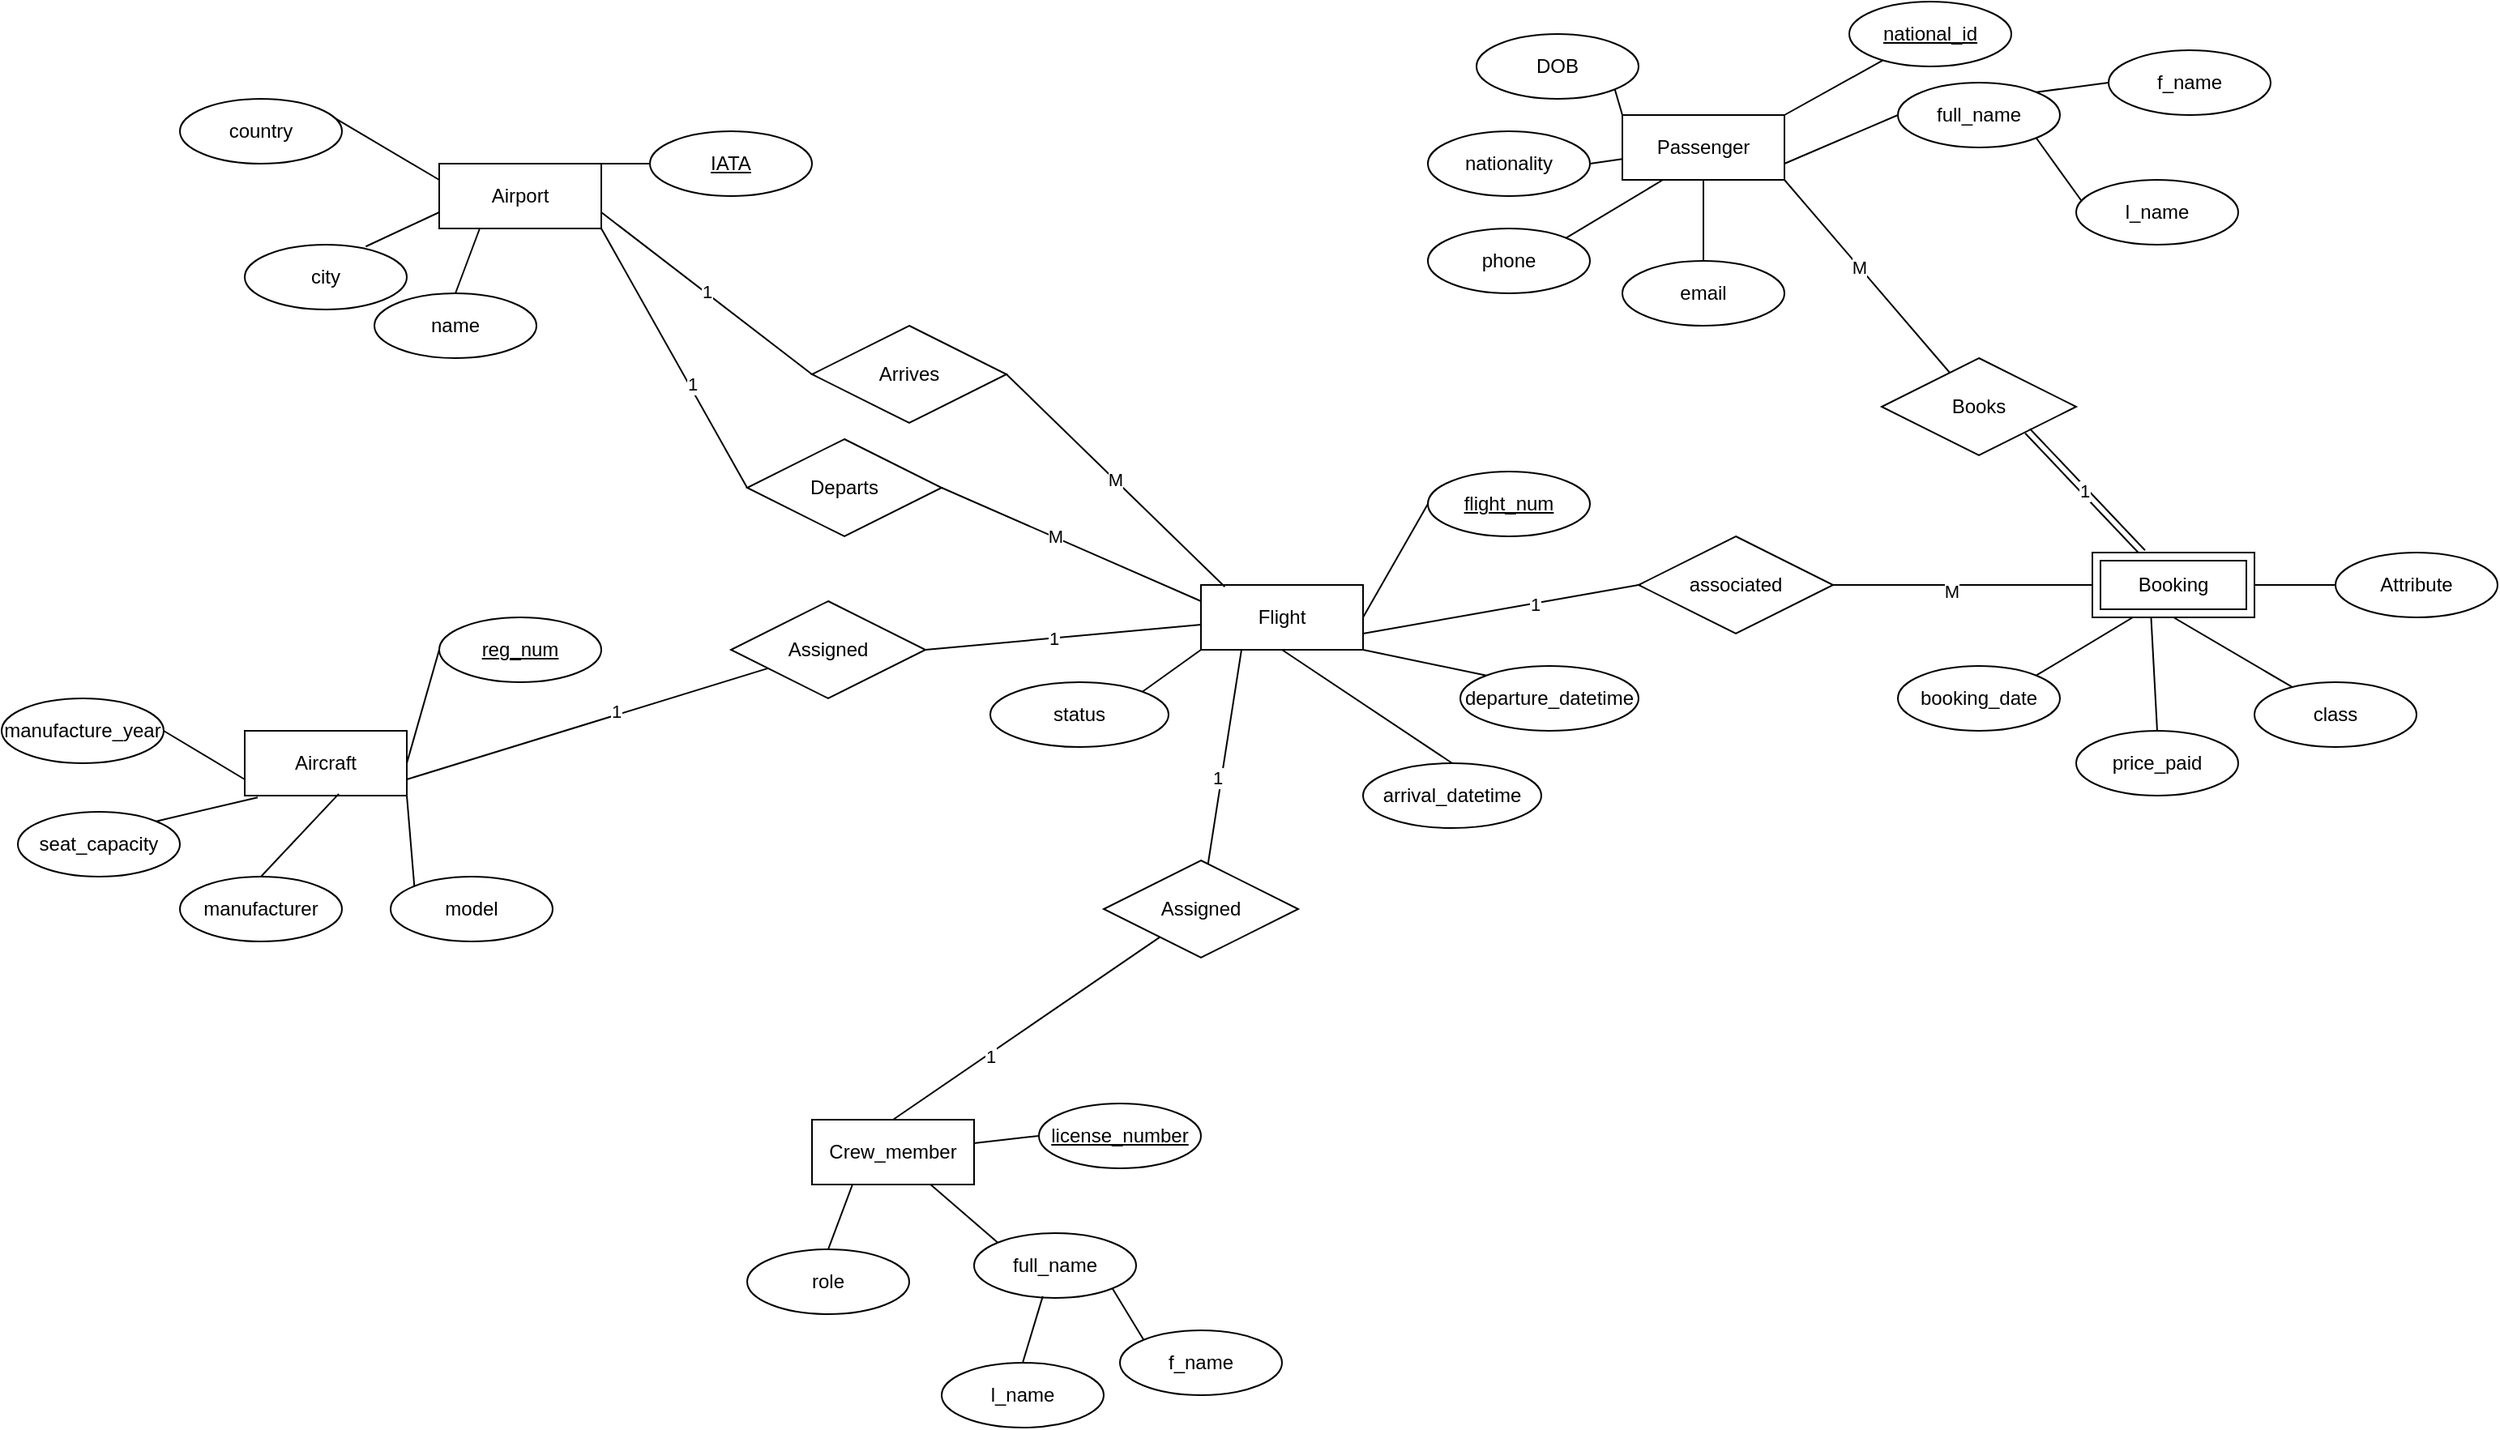
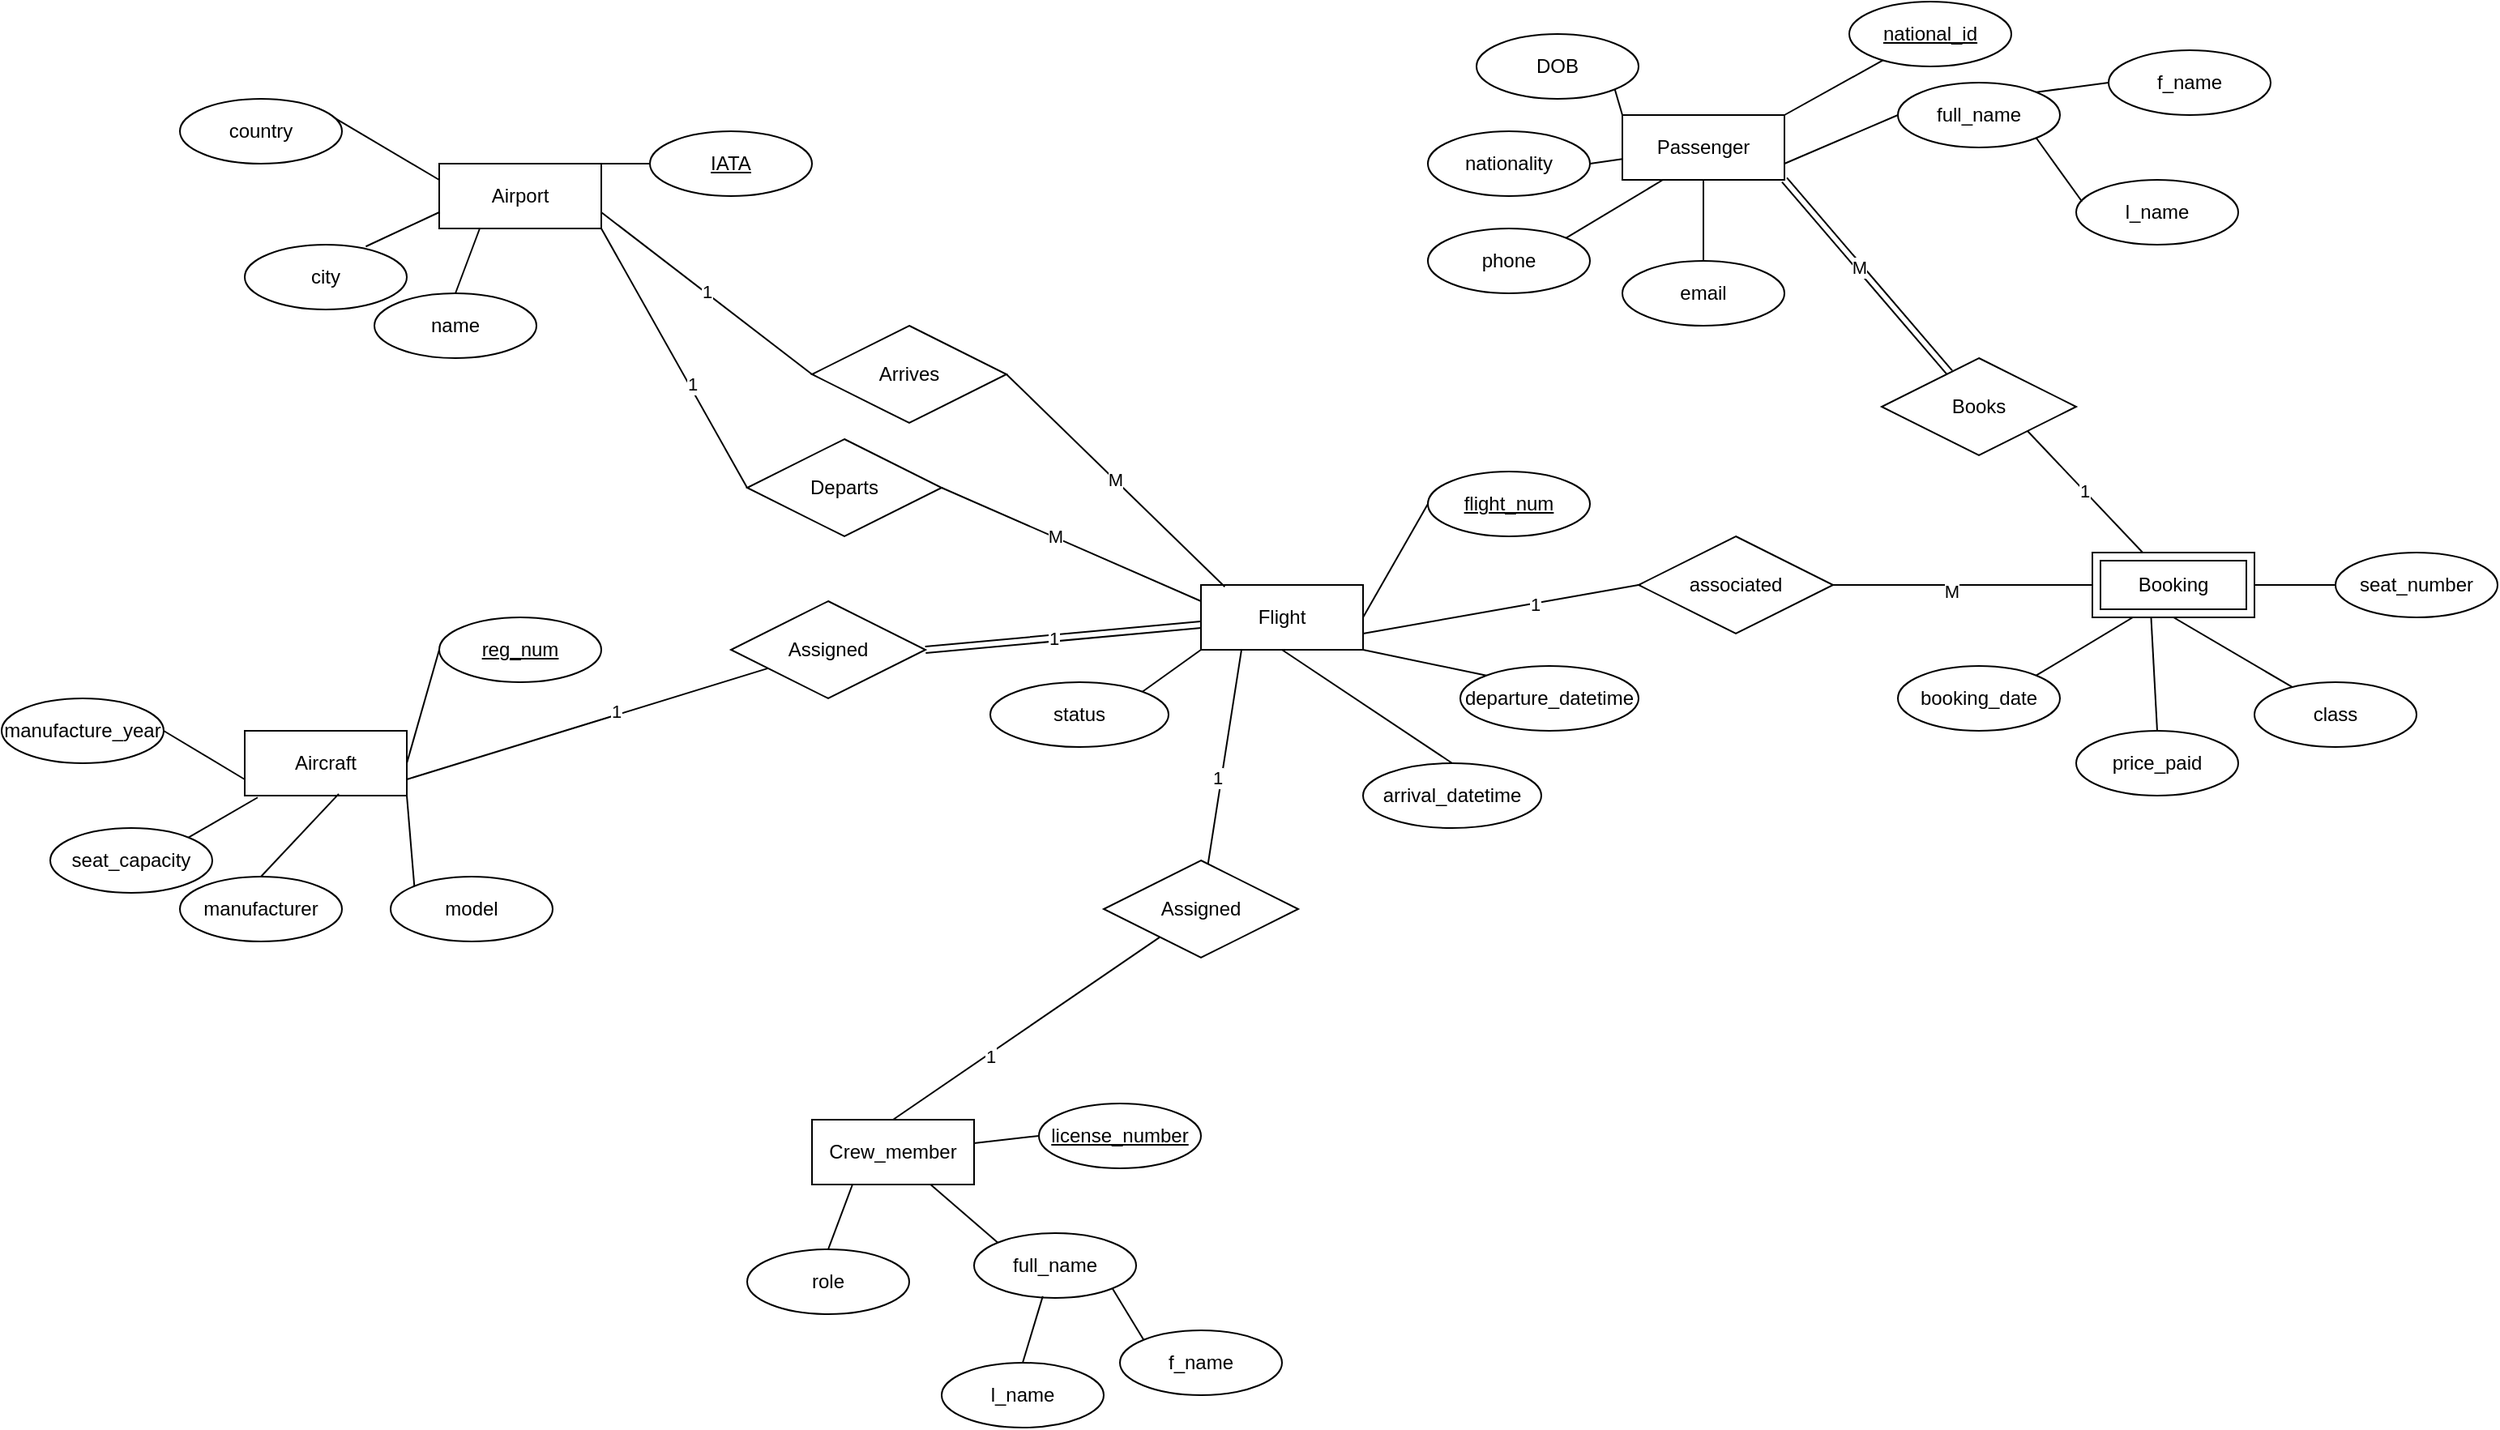
<mxfile host="app.diagrams.net">
  <diagram name="Page-1" id="9Ez2V5EcepmFkt350dfW">
    <mxGraphModel dx="1590" dy="1045" grid="1" gridSize="10" guides="1" tooltips="1" connect="1" arrows="1" fold="1" page="1" pageScale="1" pageWidth="850" pageHeight="1100" math="0" shadow="0">
      <root>
        <mxCell id="0" />
        <mxCell id="1" parent="0" />
        <mxCell id="-5EN979a6P4eX3SqTBvW-93" edge="1" parent="1" source="-5EN979a6P4eX3SqTBvW-1" style="edgeStyle=none;rounded=0;orthogonalLoop=1;jettySize=auto;html=1;exitX=0.25;exitY=1;exitDx=0;exitDy=0;endArrow=none;endFill=0;" target="-5EN979a6P4eX3SqTBvW-92">
          <mxGeometry relative="1" as="geometry" />
        </mxCell>
        <mxCell id="-5EN979a6P4eX3SqTBvW-102" connectable="0" parent="-5EN979a6P4eX3SqTBvW-93" style="edgeLabel;html=1;align=center;verticalAlign=middle;resizable=0;points=[];" value="1" vertex="1">
          <mxGeometry relative="1" x="0.1972" y="-3" as="geometry">
            <mxPoint as="offset" />
          </mxGeometry>
        </mxCell>
        <mxCell id="-5EN979a6P4eX3SqTBvW-96" edge="1" parent="1" source="-5EN979a6P4eX3SqTBvW-1" style="edgeStyle=none;rounded=0;orthogonalLoop=1;jettySize=auto;html=1;exitX=1;exitY=0.75;exitDx=0;exitDy=0;entryX=0;entryY=0.5;entryDx=0;entryDy=0;endArrow=none;endFill=0;" target="-5EN979a6P4eX3SqTBvW-95">
          <mxGeometry relative="1" as="geometry" />
        </mxCell>
        <mxCell id="-5EN979a6P4eX3SqTBvW-104" connectable="0" parent="-5EN979a6P4eX3SqTBvW-96" style="edgeLabel;html=1;align=center;verticalAlign=middle;resizable=0;points=[];" value="1" vertex="1">
          <mxGeometry relative="1" x="0.2456" as="geometry">
            <mxPoint as="offset" />
          </mxGeometry>
        </mxCell>
        <mxCell id="-5EN979a6P4eX3SqTBvW-1" parent="1" style="whiteSpace=wrap;html=1;align=center;" value="Flight" vertex="1">
          <mxGeometry height="40" width="100" x="630" y="390" as="geometry" />
        </mxCell>
        <mxCell id="-5EN979a6P4eX3SqTBvW-80" edge="1" parent="1" source="-5EN979a6P4eX3SqTBvW-2" style="edgeStyle=none;rounded=0;orthogonalLoop=1;jettySize=auto;html=1;exitX=1;exitY=1;exitDx=0;exitDy=0;entryX=0;entryY=0.5;entryDx=0;entryDy=0;endArrow=none;endFill=0;" target="-5EN979a6P4eX3SqTBvW-81">
          <mxGeometry relative="1" as="geometry">
            <mxPoint x="390" y="260" as="targetPoint" />
          </mxGeometry>
        </mxCell>
        <mxCell id="-5EN979a6P4eX3SqTBvW-91" connectable="0" parent="-5EN979a6P4eX3SqTBvW-80" style="edgeLabel;html=1;align=center;verticalAlign=middle;resizable=0;points=[];" value="1" vertex="1">
          <mxGeometry relative="1" x="0.208" y="2" as="geometry">
            <mxPoint as="offset" />
          </mxGeometry>
        </mxCell>
        <mxCell id="-5EN979a6P4eX3SqTBvW-2" parent="1" style="whiteSpace=wrap;html=1;align=center;" value="Airport" vertex="1">
          <mxGeometry height="40" width="100" x="160" y="130" as="geometry" />
        </mxCell>
        <mxCell id="-5EN979a6P4eX3SqTBvW-45" edge="1" parent="1" source="-5EN979a6P4eX3SqTBvW-4" style="edgeStyle=none;rounded=0;orthogonalLoop=1;jettySize=auto;html=1;exitX=1;exitY=0;exitDx=0;exitDy=0;endArrow=none;endFill=0;" target="-5EN979a6P4eX3SqTBvW-38">
          <mxGeometry relative="1" as="geometry" />
        </mxCell>
        <mxCell id="-5EN979a6P4eX3SqTBvW-46" edge="1" parent="1" source="-5EN979a6P4eX3SqTBvW-4" style="edgeStyle=none;rounded=0;orthogonalLoop=1;jettySize=auto;html=1;exitX=1;exitY=0.75;exitDx=0;exitDy=0;entryX=0;entryY=0.5;entryDx=0;entryDy=0;endArrow=none;endFill=0;" target="-5EN979a6P4eX3SqTBvW-40">
          <mxGeometry relative="1" as="geometry" />
        </mxCell>
-         <mxCell id="-5EN979a6P4eX3SqTBvW-99" edge="1" parent="1" source="-5EN979a6P4eX3SqTBvW-4" style="edgeStyle=none;rounded=0;orthogonalLoop=1;jettySize=auto;html=1;exitX=1;exitY=1;exitDx=0;exitDy=0;endArrow=none;endFill=0;" target="-5EN979a6P4eX3SqTBvW-98">
+         <mxCell id="-5EN979a6P4eX3SqTBvW-99" edge="1" parent="1" source="-5EN979a6P4eX3SqTBvW-4" style="edgeStyle=none;rounded=0;orthogonalLoop=1;jettySize=auto;html=1;exitX=1;exitY=1;exitDx=0;exitDy=0;endArrow=none;endFill=0;shape=link;" target="-5EN979a6P4eX3SqTBvW-98">
          <mxGeometry relative="1" as="geometry" />
        </mxCell>
        <mxCell id="-5EN979a6P4eX3SqTBvW-105" connectable="0" parent="-5EN979a6P4eX3SqTBvW-99" style="edgeLabel;html=1;align=center;verticalAlign=middle;resizable=0;points=[];" value="M" vertex="1">
          <mxGeometry relative="1" x="-0.1035" as="geometry">
            <mxPoint as="offset" />
          </mxGeometry>
        </mxCell>
        <mxCell id="-5EN979a6P4eX3SqTBvW-4" parent="1" style="whiteSpace=wrap;html=1;align=center;" value="Passenger" vertex="1">
          <mxGeometry height="40" width="100" x="890" y="100" as="geometry" />
        </mxCell>
        <mxCell id="-5EN979a6P4eX3SqTBvW-77" edge="1" parent="1" source="-5EN979a6P4eX3SqTBvW-5" style="edgeStyle=none;rounded=0;orthogonalLoop=1;jettySize=auto;html=1;exitX=1;exitY=0.75;exitDx=0;exitDy=0;endArrow=none;endFill=0;" target="-5EN979a6P4eX3SqTBvW-78">
          <mxGeometry relative="1" as="geometry">
            <mxPoint x="340" y="390" as="targetPoint" />
          </mxGeometry>
        </mxCell>
        <mxCell id="-5EN979a6P4eX3SqTBvW-84" connectable="0" parent="-5EN979a6P4eX3SqTBvW-77" style="edgeLabel;html=1;align=center;verticalAlign=middle;resizable=0;points=[];" value="1" vertex="1">
          <mxGeometry relative="1" x="0.1609" y="3" as="geometry">
            <mxPoint as="offset" />
          </mxGeometry>
        </mxCell>
        <mxCell id="-5EN979a6P4eX3SqTBvW-5" parent="1" style="whiteSpace=wrap;html=1;align=center;" value="Aircraft" vertex="1">
          <mxGeometry height="40" width="100" x="40" y="480" as="geometry" />
        </mxCell>
        <mxCell id="-5EN979a6P4eX3SqTBvW-6" parent="1" style="whiteSpace=wrap;html=1;align=center;" value="Crew_m&lt;span style=&quot;background-color: transparent; color: light-dark(rgb(0, 0, 0), rgb(255, 255, 255));&quot;&gt;ember&lt;/span&gt;" vertex="1">
          <mxGeometry height="40" width="100" x="390" y="720" as="geometry" />
        </mxCell>
        <mxCell id="-5EN979a6P4eX3SqTBvW-14" edge="1" parent="1" source="-5EN979a6P4eX3SqTBvW-7" style="rounded=0;orthogonalLoop=1;jettySize=auto;html=1;exitX=0;exitY=0.5;exitDx=0;exitDy=0;entryX=1;entryY=0;entryDx=0;entryDy=0;endArrow=none;endFill=0;" target="-5EN979a6P4eX3SqTBvW-2">
          <mxGeometry relative="1" as="geometry" />
        </mxCell>
        <mxCell id="-5EN979a6P4eX3SqTBvW-7" parent="1" style="ellipse;whiteSpace=wrap;html=1;align=center;fontStyle=4;" value="IATA" vertex="1">
          <mxGeometry height="40" width="100" x="290" y="110" as="geometry" />
        </mxCell>
        <mxCell id="-5EN979a6P4eX3SqTBvW-13" edge="1" parent="1" source="-5EN979a6P4eX3SqTBvW-8" style="rounded=0;orthogonalLoop=1;jettySize=auto;html=1;exitX=0.5;exitY=0;exitDx=0;exitDy=0;endArrow=none;endFill=0;entryX=0.25;entryY=1;entryDx=0;entryDy=0;" target="-5EN979a6P4eX3SqTBvW-2">
          <mxGeometry relative="1" as="geometry">
            <mxPoint x="190" y="180" as="targetPoint" />
          </mxGeometry>
        </mxCell>
        <mxCell id="-5EN979a6P4eX3SqTBvW-8" parent="1" style="ellipse;whiteSpace=wrap;html=1;align=center;" value="name" vertex="1">
          <mxGeometry height="40" width="100" x="120" y="210" as="geometry" />
        </mxCell>
        <mxCell id="-5EN979a6P4eX3SqTBvW-9" parent="1" style="ellipse;whiteSpace=wrap;html=1;align=center;" value="city" vertex="1">
          <mxGeometry height="40" width="100" x="40" y="180" as="geometry" />
        </mxCell>
        <mxCell id="-5EN979a6P4eX3SqTBvW-11" edge="1" parent="1" source="-5EN979a6P4eX3SqTBvW-10" style="rounded=0;orthogonalLoop=1;jettySize=auto;html=1;exitX=1;exitY=0;exitDx=0;exitDy=0;entryX=0;entryY=0.25;entryDx=0;entryDy=0;endArrow=none;endFill=0;" target="-5EN979a6P4eX3SqTBvW-2">
          <mxGeometry relative="1" as="geometry" />
        </mxCell>
        <mxCell id="-5EN979a6P4eX3SqTBvW-10" parent="1" style="ellipse;whiteSpace=wrap;html=1;align=center;" value="country" vertex="1">
          <mxGeometry height="40" width="100" y="90" as="geometry" />
        </mxCell>
        <mxCell id="-5EN979a6P4eX3SqTBvW-12" edge="1" parent="1" source="-5EN979a6P4eX3SqTBvW-9" style="rounded=0;orthogonalLoop=1;jettySize=auto;html=1;entryX=0;entryY=0.75;entryDx=0;entryDy=0;endArrow=none;endFill=0;exitX=0.747;exitY=0.028;exitDx=0;exitDy=0;exitPerimeter=0;" target="-5EN979a6P4eX3SqTBvW-2">
          <mxGeometry relative="1" as="geometry">
            <mxPoint x="120" y="186" as="sourcePoint" />
          </mxGeometry>
        </mxCell>
        <mxCell id="-5EN979a6P4eX3SqTBvW-26" edge="1" parent="1" source="-5EN979a6P4eX3SqTBvW-15" style="edgeStyle=none;rounded=0;orthogonalLoop=1;jettySize=auto;html=1;exitX=0;exitY=0.5;exitDx=0;exitDy=0;entryX=1;entryY=0.5;entryDx=0;entryDy=0;endArrow=none;endFill=0;" target="-5EN979a6P4eX3SqTBvW-5">
          <mxGeometry relative="1" as="geometry" />
        </mxCell>
        <mxCell id="-5EN979a6P4eX3SqTBvW-15" parent="1" style="ellipse;whiteSpace=wrap;html=1;align=center;fontStyle=4;" value="reg_num" vertex="1">
          <mxGeometry height="40" width="100" x="160" y="410" as="geometry" />
        </mxCell>
        <mxCell id="-5EN979a6P4eX3SqTBvW-25" edge="1" parent="1" source="-5EN979a6P4eX3SqTBvW-17" style="edgeStyle=none;rounded=0;orthogonalLoop=1;jettySize=auto;html=1;exitX=0;exitY=0;exitDx=0;exitDy=0;entryX=1;entryY=1;entryDx=0;entryDy=0;endArrow=none;endFill=0;" target="-5EN979a6P4eX3SqTBvW-5">
          <mxGeometry relative="1" as="geometry" />
        </mxCell>
        <mxCell id="-5EN979a6P4eX3SqTBvW-17" parent="1" style="ellipse;whiteSpace=wrap;html=1;align=center;" value="model" vertex="1">
          <mxGeometry height="40" width="100" x="130" y="570" as="geometry" />
        </mxCell>
        <mxCell id="-5EN979a6P4eX3SqTBvW-18" parent="1" style="ellipse;whiteSpace=wrap;html=1;align=center;" value="manufacturer" vertex="1">
          <mxGeometry height="40" width="100" y="570" as="geometry" />
        </mxCell>
        <mxCell id="-5EN979a6P4eX3SqTBvW-19" parent="1" style="ellipse;whiteSpace=wrap;html=1;align=center;" value="seat&lt;span style=&quot;background-color: transparent; color: light-dark(rgb(0, 0, 0), rgb(255, 255, 255));&quot;&gt;_capacity&lt;/span&gt;" vertex="1">
-           <mxGeometry height="40" width="100" x="-100" y="530" as="geometry" />
+           <mxGeometry height="40" width="100" x="-80" y="540" as="geometry" />
        </mxCell>
        <mxCell id="-5EN979a6P4eX3SqTBvW-22" edge="1" parent="1" source="-5EN979a6P4eX3SqTBvW-20" style="edgeStyle=none;rounded=0;orthogonalLoop=1;jettySize=auto;html=1;exitX=1;exitY=0.5;exitDx=0;exitDy=0;entryX=0;entryY=0.75;entryDx=0;entryDy=0;endArrow=none;endFill=0;" target="-5EN979a6P4eX3SqTBvW-5">
          <mxGeometry relative="1" as="geometry" />
        </mxCell>
        <mxCell id="-5EN979a6P4eX3SqTBvW-20" parent="1" style="ellipse;whiteSpace=wrap;html=1;align=center;" value="manufacture_year" vertex="1">
          <mxGeometry height="40" width="100" x="-110" y="460" as="geometry" />
        </mxCell>
        <mxCell id="-5EN979a6P4eX3SqTBvW-24" edge="1" parent="1" source="-5EN979a6P4eX3SqTBvW-18" style="edgeStyle=none;rounded=0;orthogonalLoop=1;jettySize=auto;html=1;exitX=0.5;exitY=0;exitDx=0;exitDy=0;entryX=0.58;entryY=0.973;entryDx=0;entryDy=0;entryPerimeter=0;endArrow=none;endFill=0;" target="-5EN979a6P4eX3SqTBvW-5">
          <mxGeometry relative="1" as="geometry" />
        </mxCell>
        <mxCell id="-5EN979a6P4eX3SqTBvW-36" edge="1" parent="1" source="-5EN979a6P4eX3SqTBvW-27" style="edgeStyle=none;rounded=0;orthogonalLoop=1;jettySize=auto;html=1;exitX=0;exitY=0.5;exitDx=0;exitDy=0;entryX=1;entryY=0.5;entryDx=0;entryDy=0;endArrow=none;endFill=0;" target="-5EN979a6P4eX3SqTBvW-1">
          <mxGeometry relative="1" as="geometry" />
        </mxCell>
        <mxCell id="-5EN979a6P4eX3SqTBvW-27" parent="1" style="ellipse;whiteSpace=wrap;html=1;align=center;fontStyle=4;" value="flight_num" vertex="1">
          <mxGeometry height="40" width="100" x="770" y="320" as="geometry" />
        </mxCell>
        <mxCell id="-5EN979a6P4eX3SqTBvW-35" edge="1" parent="1" source="-5EN979a6P4eX3SqTBvW-28" style="edgeStyle=none;rounded=0;orthogonalLoop=1;jettySize=auto;html=1;exitX=0;exitY=0;exitDx=0;exitDy=0;entryX=1;entryY=1;entryDx=0;entryDy=0;endArrow=none;endFill=0;" target="-5EN979a6P4eX3SqTBvW-1">
          <mxGeometry relative="1" as="geometry" />
        </mxCell>
        <mxCell id="-5EN979a6P4eX3SqTBvW-28" parent="1" style="ellipse;whiteSpace=wrap;html=1;align=center;" value="departure_datetime" vertex="1">
          <mxGeometry height="40" width="110" x="790" y="440" as="geometry" />
        </mxCell>
        <mxCell id="-5EN979a6P4eX3SqTBvW-29" parent="1" style="ellipse;whiteSpace=wrap;html=1;align=center;" value="arrival_datetime" vertex="1">
          <mxGeometry height="40" width="110" x="730" y="500" as="geometry" />
        </mxCell>
        <mxCell id="-5EN979a6P4eX3SqTBvW-32" edge="1" parent="1" source="-5EN979a6P4eX3SqTBvW-30" style="edgeStyle=none;rounded=0;orthogonalLoop=1;jettySize=auto;html=1;exitX=1;exitY=0;exitDx=0;exitDy=0;entryX=0;entryY=1;entryDx=0;entryDy=0;endArrow=none;endFill=0;" target="-5EN979a6P4eX3SqTBvW-1">
          <mxGeometry relative="1" as="geometry" />
        </mxCell>
        <mxCell id="-5EN979a6P4eX3SqTBvW-30" parent="1" style="ellipse;whiteSpace=wrap;html=1;align=center;" value="status" vertex="1">
          <mxGeometry height="40" width="110" x="500" y="450" as="geometry" />
        </mxCell>
        <mxCell id="-5EN979a6P4eX3SqTBvW-31" edge="1" parent="1" source="-5EN979a6P4eX3SqTBvW-30" style="edgeStyle=none;rounded=0;orthogonalLoop=1;jettySize=auto;html=1;exitX=1;exitY=1;exitDx=0;exitDy=0;" target="-5EN979a6P4eX3SqTBvW-30">
          <mxGeometry relative="1" as="geometry" />
        </mxCell>
        <mxCell id="-5EN979a6P4eX3SqTBvW-33" edge="1" parent="1" source="-5EN979a6P4eX3SqTBvW-19" style="edgeStyle=none;rounded=0;orthogonalLoop=1;jettySize=auto;html=1;exitX=1;exitY=0;exitDx=0;exitDy=0;entryX=0.08;entryY=1.028;entryDx=0;entryDy=0;entryPerimeter=0;endArrow=none;endFill=0;" target="-5EN979a6P4eX3SqTBvW-5">
          <mxGeometry relative="1" as="geometry" />
        </mxCell>
        <mxCell id="-5EN979a6P4eX3SqTBvW-34" edge="1" parent="1" source="-5EN979a6P4eX3SqTBvW-29" style="edgeStyle=none;rounded=0;orthogonalLoop=1;jettySize=auto;html=1;exitX=0.5;exitY=0;exitDx=0;exitDy=0;endArrow=none;endFill=0;entryX=0.5;entryY=1;entryDx=0;entryDy=0;" target="-5EN979a6P4eX3SqTBvW-1">
          <mxGeometry relative="1" as="geometry">
            <mxPoint x="670" y="450" as="targetPoint" />
          </mxGeometry>
        </mxCell>
        <mxCell id="-5EN979a6P4eX3SqTBvW-38" parent="1" style="ellipse;whiteSpace=wrap;html=1;align=center;fontStyle=4;" value="national_id" vertex="1">
          <mxGeometry height="40" width="100" x="1030" y="30" as="geometry" />
        </mxCell>
        <mxCell id="-5EN979a6P4eX3SqTBvW-71" edge="1" parent="1" source="-5EN979a6P4eX3SqTBvW-40" style="edgeStyle=none;rounded=0;orthogonalLoop=1;jettySize=auto;html=1;exitX=1;exitY=0;exitDx=0;exitDy=0;entryX=0;entryY=0.5;entryDx=0;entryDy=0;endArrow=none;endFill=0;" target="-5EN979a6P4eX3SqTBvW-70">
          <mxGeometry relative="1" as="geometry" />
        </mxCell>
        <mxCell id="-5EN979a6P4eX3SqTBvW-40" parent="1" style="ellipse;whiteSpace=wrap;html=1;align=center;" value="full_name" vertex="1">
          <mxGeometry height="40" width="100" x="1060" y="80" as="geometry" />
        </mxCell>
        <mxCell id="-5EN979a6P4eX3SqTBvW-41" parent="1" style="ellipse;whiteSpace=wrap;html=1;align=center;" value="email" vertex="1">
          <mxGeometry height="40" width="100" x="890" y="190" as="geometry" />
        </mxCell>
        <mxCell id="-5EN979a6P4eX3SqTBvW-49" edge="1" parent="1" source="-5EN979a6P4eX3SqTBvW-42" style="edgeStyle=none;rounded=0;orthogonalLoop=1;jettySize=auto;html=1;exitX=1;exitY=0.5;exitDx=0;exitDy=0;endArrow=none;endFill=0;" target="-5EN979a6P4eX3SqTBvW-4">
          <mxGeometry relative="1" as="geometry" />
        </mxCell>
        <mxCell id="-5EN979a6P4eX3SqTBvW-42" parent="1" style="ellipse;whiteSpace=wrap;html=1;align=center;" value="nationality" vertex="1">
          <mxGeometry height="40" width="100" x="770" y="110" as="geometry" />
        </mxCell>
        <mxCell id="-5EN979a6P4eX3SqTBvW-48" edge="1" parent="1" source="-5EN979a6P4eX3SqTBvW-43" style="edgeStyle=none;rounded=0;orthogonalLoop=1;jettySize=auto;html=1;exitX=1;exitY=0;exitDx=0;exitDy=0;entryX=0.25;entryY=1;entryDx=0;entryDy=0;endArrow=none;endFill=0;" target="-5EN979a6P4eX3SqTBvW-4">
          <mxGeometry relative="1" as="geometry" />
        </mxCell>
        <mxCell id="-5EN979a6P4eX3SqTBvW-43" parent="1" style="ellipse;whiteSpace=wrap;html=1;align=center;" value="phone" vertex="1">
          <mxGeometry height="40" width="100" x="770" y="170" as="geometry" />
        </mxCell>
        <mxCell id="-5EN979a6P4eX3SqTBvW-50" edge="1" parent="1" source="-5EN979a6P4eX3SqTBvW-44" style="edgeStyle=none;rounded=0;orthogonalLoop=1;jettySize=auto;html=1;exitX=1;exitY=1;exitDx=0;exitDy=0;entryX=0;entryY=0;entryDx=0;entryDy=0;endArrow=none;endFill=0;" target="-5EN979a6P4eX3SqTBvW-4">
          <mxGeometry relative="1" as="geometry" />
        </mxCell>
        <mxCell id="-5EN979a6P4eX3SqTBvW-44" parent="1" style="ellipse;whiteSpace=wrap;html=1;align=center;" value="DOB" vertex="1">
          <mxGeometry height="40" width="100" x="800" y="50" as="geometry" />
        </mxCell>
        <mxCell id="-5EN979a6P4eX3SqTBvW-47" edge="1" parent="1" source="-5EN979a6P4eX3SqTBvW-4" style="edgeStyle=none;rounded=0;orthogonalLoop=1;jettySize=auto;html=1;exitX=0.5;exitY=1;exitDx=0;exitDy=0;endArrow=none;endFill=0;entryX=0.5;entryY=0;entryDx=0;entryDy=0;" target="-5EN979a6P4eX3SqTBvW-41">
          <mxGeometry relative="1" as="geometry">
            <mxPoint x="960" y="180" as="targetPoint" />
          </mxGeometry>
        </mxCell>
        <mxCell id="-5EN979a6P4eX3SqTBvW-56" edge="1" parent="1" source="-5EN979a6P4eX3SqTBvW-112" style="edgeStyle=none;rounded=0;orthogonalLoop=1;jettySize=auto;html=1;endArrow=none;endFill=0;entryX=1;entryY=0.5;entryDx=0;entryDy=0;" target="-5EN979a6P4eX3SqTBvW-111">
          <mxGeometry relative="1" as="geometry">
            <mxPoint x="1320" y="390" as="sourcePoint" />
            <mxPoint x="1270" y="390" as="targetPoint" />
          </mxGeometry>
        </mxCell>
        <mxCell id="-5EN979a6P4eX3SqTBvW-57" edge="1" parent="1" source="-5EN979a6P4eX3SqTBvW-52" style="edgeStyle=none;rounded=0;orthogonalLoop=1;jettySize=auto;html=1;exitX=0.258;exitY=0.112;exitDx=0;exitDy=0;exitPerimeter=0;endArrow=none;endFill=0;entryX=0.5;entryY=1;entryDx=0;entryDy=0;" target="-5EN979a6P4eX3SqTBvW-111">
          <mxGeometry relative="1" as="geometry">
            <mxPoint x="1256" y="410" as="targetPoint" />
          </mxGeometry>
        </mxCell>
        <mxCell id="-5EN979a6P4eX3SqTBvW-52" parent="1" style="ellipse;whiteSpace=wrap;html=1;align=center;" value="class" vertex="1">
          <mxGeometry height="40" width="100" x="1280" y="450" as="geometry" />
        </mxCell>
        <mxCell id="-5EN979a6P4eX3SqTBvW-59" edge="1" parent="1" source="-5EN979a6P4eX3SqTBvW-53" style="edgeStyle=none;rounded=0;orthogonalLoop=1;jettySize=auto;html=1;exitX=0.5;exitY=0;exitDx=0;exitDy=0;endArrow=none;endFill=0;entryX=0.362;entryY=0.99;entryDx=0;entryDy=0;entryPerimeter=0;" target="-5EN979a6P4eX3SqTBvW-111">
          <mxGeometry relative="1" as="geometry">
            <mxPoint x="1220" y="410" as="targetPoint" />
          </mxGeometry>
        </mxCell>
        <mxCell id="-5EN979a6P4eX3SqTBvW-53" parent="1" style="ellipse;whiteSpace=wrap;html=1;align=center;" value="price_paid" vertex="1">
          <mxGeometry height="40" width="100" x="1170" y="480" as="geometry" />
        </mxCell>
        <mxCell id="-5EN979a6P4eX3SqTBvW-54" parent="1" style="ellipse;whiteSpace=wrap;html=1;align=center;" value="booking_date" vertex="1">
          <mxGeometry height="40" width="100" x="1060" y="440" as="geometry" />
        </mxCell>
        <mxCell id="-5EN979a6P4eX3SqTBvW-60" edge="1" parent="1" source="-5EN979a6P4eX3SqTBvW-54" style="edgeStyle=none;rounded=0;orthogonalLoop=1;jettySize=auto;html=1;exitX=1;exitY=0;exitDx=0;exitDy=0;entryX=0.25;entryY=1;entryDx=0;entryDy=0;endArrow=none;endFill=0;" target="-5EN979a6P4eX3SqTBvW-111">
          <mxGeometry relative="1" as="geometry">
            <mxPoint x="1170" y="410" as="targetPoint" />
          </mxGeometry>
        </mxCell>
        <mxCell id="-5EN979a6P4eX3SqTBvW-65" edge="1" parent="1" source="-5EN979a6P4eX3SqTBvW-61" style="edgeStyle=none;rounded=0;orthogonalLoop=1;jettySize=auto;html=1;exitX=0;exitY=0.5;exitDx=0;exitDy=0;endArrow=none;endFill=0;" target="-5EN979a6P4eX3SqTBvW-6">
          <mxGeometry relative="1" as="geometry" />
        </mxCell>
        <mxCell id="-5EN979a6P4eX3SqTBvW-61" parent="1" style="ellipse;whiteSpace=wrap;html=1;align=center;fontStyle=4;" value="license_number" vertex="1">
          <mxGeometry height="40" width="100" x="530" y="710" as="geometry" />
        </mxCell>
        <mxCell id="-5EN979a6P4eX3SqTBvW-66" edge="1" parent="1" source="-5EN979a6P4eX3SqTBvW-62" style="edgeStyle=none;rounded=0;orthogonalLoop=1;jettySize=auto;html=1;exitX=0;exitY=0;exitDx=0;exitDy=0;endArrow=none;endFill=0;" target="-5EN979a6P4eX3SqTBvW-6">
          <mxGeometry relative="1" as="geometry" />
        </mxCell>
        <mxCell id="-5EN979a6P4eX3SqTBvW-62" parent="1" style="ellipse;whiteSpace=wrap;html=1;align=center;" value="full_name" vertex="1">
          <mxGeometry height="40" width="100" x="490" y="790" as="geometry" />
        </mxCell>
        <mxCell id="-5EN979a6P4eX3SqTBvW-67" edge="1" parent="1" source="-5EN979a6P4eX3SqTBvW-63" style="edgeStyle=none;rounded=0;orthogonalLoop=1;jettySize=auto;html=1;exitX=0.5;exitY=0;exitDx=0;exitDy=0;entryX=0.25;entryY=1;entryDx=0;entryDy=0;endArrow=none;endFill=0;" target="-5EN979a6P4eX3SqTBvW-6">
          <mxGeometry relative="1" as="geometry" />
        </mxCell>
        <mxCell id="-5EN979a6P4eX3SqTBvW-63" parent="1" style="ellipse;whiteSpace=wrap;html=1;align=center;" value="role" vertex="1">
          <mxGeometry height="40" width="100" x="350" y="800" as="geometry" />
        </mxCell>
        <mxCell id="-5EN979a6P4eX3SqTBvW-69" parent="1" style="ellipse;whiteSpace=wrap;html=1;align=center;" value="l_name" vertex="1">
          <mxGeometry height="40" width="100" x="1170" y="140" as="geometry" />
        </mxCell>
        <mxCell id="-5EN979a6P4eX3SqTBvW-70" parent="1" style="ellipse;whiteSpace=wrap;html=1;align=center;" value="f_name" vertex="1">
          <mxGeometry height="40" width="100" x="1190" y="60" as="geometry" />
        </mxCell>
        <mxCell id="-5EN979a6P4eX3SqTBvW-72" edge="1" parent="1" source="-5EN979a6P4eX3SqTBvW-40" style="edgeStyle=none;rounded=0;orthogonalLoop=1;jettySize=auto;html=1;exitX=1;exitY=1;exitDx=0;exitDy=0;entryX=0.036;entryY=0.334;entryDx=0;entryDy=0;entryPerimeter=0;endArrow=none;endFill=0;" target="-5EN979a6P4eX3SqTBvW-69">
          <mxGeometry relative="1" as="geometry" />
        </mxCell>
        <mxCell id="-5EN979a6P4eX3SqTBvW-73" parent="1" style="ellipse;whiteSpace=wrap;html=1;align=center;" value="l_name" vertex="1">
          <mxGeometry height="40" width="100" x="470" y="870" as="geometry" />
        </mxCell>
        <mxCell id="-5EN979a6P4eX3SqTBvW-74" parent="1" style="ellipse;whiteSpace=wrap;html=1;align=center;" value="f_name" vertex="1">
          <mxGeometry height="40" width="100" x="580" y="850" as="geometry" />
        </mxCell>
        <mxCell id="-5EN979a6P4eX3SqTBvW-75" edge="1" parent="1" source="-5EN979a6P4eX3SqTBvW-73" style="edgeStyle=none;rounded=0;orthogonalLoop=1;jettySize=auto;html=1;exitX=0.5;exitY=0;exitDx=0;exitDy=0;entryX=0.424;entryY=0.973;entryDx=0;entryDy=0;entryPerimeter=0;endArrow=none;endFill=0;" target="-5EN979a6P4eX3SqTBvW-62">
          <mxGeometry relative="1" as="geometry" />
        </mxCell>
        <mxCell id="-5EN979a6P4eX3SqTBvW-76" edge="1" parent="1" source="-5EN979a6P4eX3SqTBvW-74" style="edgeStyle=none;rounded=0;orthogonalLoop=1;jettySize=auto;html=1;exitX=0;exitY=0;exitDx=0;exitDy=0;entryX=1;entryY=1;entryDx=0;entryDy=0;endArrow=none;endFill=0;" target="-5EN979a6P4eX3SqTBvW-62">
          <mxGeometry relative="1" as="geometry" />
        </mxCell>
-         <mxCell id="-5EN979a6P4eX3SqTBvW-79" edge="1" parent="1" source="-5EN979a6P4eX3SqTBvW-78" style="edgeStyle=none;rounded=0;orthogonalLoop=1;jettySize=auto;html=1;exitX=1;exitY=0.5;exitDx=0;exitDy=0;endArrow=none;endFill=0;" target="-5EN979a6P4eX3SqTBvW-1">
+         <mxCell id="-5EN979a6P4eX3SqTBvW-79" edge="1" parent="1" source="-5EN979a6P4eX3SqTBvW-78" style="edgeStyle=none;rounded=0;orthogonalLoop=1;jettySize=auto;html=1;exitX=1;exitY=0.5;exitDx=0;exitDy=0;endArrow=none;endFill=0;shape=link;" target="-5EN979a6P4eX3SqTBvW-1">
          <mxGeometry relative="1" as="geometry" />
        </mxCell>
        <mxCell id="-5EN979a6P4eX3SqTBvW-83" connectable="0" parent="-5EN979a6P4eX3SqTBvW-79" style="edgeLabel;html=1;align=center;verticalAlign=middle;resizable=0;points=[];" value="1" vertex="1">
          <mxGeometry relative="1" x="-0.0747" as="geometry">
            <mxPoint as="offset" />
          </mxGeometry>
        </mxCell>
        <mxCell id="-5EN979a6P4eX3SqTBvW-78" parent="1" style="shape=rhombus;perimeter=rhombusPerimeter;whiteSpace=wrap;html=1;align=center;" value="Assigned" vertex="1">
          <mxGeometry height="60" width="120" x="340" y="400" as="geometry" />
        </mxCell>
        <mxCell id="-5EN979a6P4eX3SqTBvW-82" edge="1" parent="1" source="-5EN979a6P4eX3SqTBvW-81" style="edgeStyle=none;rounded=0;orthogonalLoop=1;jettySize=auto;html=1;exitX=1;exitY=0.5;exitDx=0;exitDy=0;entryX=0;entryY=0.25;entryDx=0;entryDy=0;endArrow=none;endFill=0;" target="-5EN979a6P4eX3SqTBvW-1">
          <mxGeometry relative="1" as="geometry" />
        </mxCell>
        <mxCell id="-5EN979a6P4eX3SqTBvW-88" connectable="0" parent="-5EN979a6P4eX3SqTBvW-82" style="edgeLabel;html=1;align=center;verticalAlign=middle;resizable=0;points=[];" value="M" vertex="1">
          <mxGeometry relative="1" x="-0.1361" y="1" as="geometry">
            <mxPoint as="offset" />
          </mxGeometry>
        </mxCell>
        <mxCell id="-5EN979a6P4eX3SqTBvW-81" parent="1" style="shape=rhombus;perimeter=rhombusPerimeter;whiteSpace=wrap;html=1;align=center;" value="Departs" vertex="1">
          <mxGeometry height="60" width="120" x="350" y="300" as="geometry" />
        </mxCell>
        <mxCell id="-5EN979a6P4eX3SqTBvW-87" edge="1" parent="1" source="-5EN979a6P4eX3SqTBvW-85" style="edgeStyle=none;rounded=0;orthogonalLoop=1;jettySize=auto;html=1;exitX=0;exitY=0.5;exitDx=0;exitDy=0;entryX=1;entryY=0.75;entryDx=0;entryDy=0;endArrow=none;endFill=0;" target="-5EN979a6P4eX3SqTBvW-2">
          <mxGeometry relative="1" as="geometry" />
        </mxCell>
        <mxCell id="-5EN979a6P4eX3SqTBvW-90" connectable="0" parent="-5EN979a6P4eX3SqTBvW-87" style="edgeLabel;html=1;align=center;verticalAlign=middle;resizable=0;points=[];" value="1" vertex="1">
          <mxGeometry relative="1" x="0.0167" y="-1" as="geometry">
            <mxPoint as="offset" />
          </mxGeometry>
        </mxCell>
        <mxCell id="-5EN979a6P4eX3SqTBvW-85" parent="1" style="shape=rhombus;perimeter=rhombusPerimeter;whiteSpace=wrap;html=1;align=center;" value="Arrives" vertex="1">
          <mxGeometry height="60" width="120" x="390" y="230" as="geometry" />
        </mxCell>
        <mxCell id="-5EN979a6P4eX3SqTBvW-86" edge="1" parent="1" source="-5EN979a6P4eX3SqTBvW-85" style="edgeStyle=none;rounded=0;orthogonalLoop=1;jettySize=auto;html=1;exitX=1;exitY=0.5;exitDx=0;exitDy=0;entryX=0.147;entryY=0.028;entryDx=0;entryDy=0;entryPerimeter=0;endArrow=none;endFill=0;" target="-5EN979a6P4eX3SqTBvW-1">
          <mxGeometry relative="1" as="geometry" />
        </mxCell>
        <mxCell id="-5EN979a6P4eX3SqTBvW-89" connectable="0" parent="-5EN979a6P4eX3SqTBvW-86" style="edgeLabel;html=1;align=center;verticalAlign=middle;resizable=0;points=[];" value="M" vertex="1">
          <mxGeometry relative="1" x="-0.015" as="geometry">
            <mxPoint as="offset" />
          </mxGeometry>
        </mxCell>
        <mxCell id="-5EN979a6P4eX3SqTBvW-94" edge="1" parent="1" source="-5EN979a6P4eX3SqTBvW-92" style="edgeStyle=none;rounded=0;orthogonalLoop=1;jettySize=auto;html=1;endArrow=none;endFill=0;entryX=0.5;entryY=0;entryDx=0;entryDy=0;" target="-5EN979a6P4eX3SqTBvW-6">
          <mxGeometry relative="1" as="geometry">
            <mxPoint x="465" y="620" as="sourcePoint" />
          </mxGeometry>
        </mxCell>
        <mxCell id="-5EN979a6P4eX3SqTBvW-101" connectable="0" parent="-5EN979a6P4eX3SqTBvW-94" style="edgeLabel;html=1;align=center;verticalAlign=middle;resizable=0;points=[];" value="1" vertex="1">
          <mxGeometry relative="1" x="0.2841" y="1" as="geometry">
            <mxPoint as="offset" />
          </mxGeometry>
        </mxCell>
        <mxCell id="-5EN979a6P4eX3SqTBvW-92" parent="1" style="shape=rhombus;perimeter=rhombusPerimeter;whiteSpace=wrap;html=1;align=center;" value="Assigned" vertex="1">
          <mxGeometry height="60" width="120" x="570" y="560" as="geometry" />
        </mxCell>
        <mxCell id="-5EN979a6P4eX3SqTBvW-97" edge="1" parent="1" source="-5EN979a6P4eX3SqTBvW-95" style="edgeStyle=none;rounded=0;orthogonalLoop=1;jettySize=auto;html=1;exitX=1;exitY=0.5;exitDx=0;exitDy=0;endArrow=none;endFill=0;entryX=0;entryY=0.5;entryDx=0;entryDy=0;" target="-5EN979a6P4eX3SqTBvW-111">
          <mxGeometry relative="1" as="geometry">
            <mxPoint x="1170" y="390" as="targetPoint" />
          </mxGeometry>
        </mxCell>
        <mxCell id="-5EN979a6P4eX3SqTBvW-103" connectable="0" parent="-5EN979a6P4eX3SqTBvW-97" style="edgeLabel;html=1;align=center;verticalAlign=middle;resizable=0;points=[];" value="M" vertex="1">
          <mxGeometry relative="1" x="-0.0821" y="-4" as="geometry">
            <mxPoint x="-1" as="offset" />
          </mxGeometry>
        </mxCell>
        <mxCell id="-5EN979a6P4eX3SqTBvW-95" parent="1" style="shape=rhombus;perimeter=rhombusPerimeter;whiteSpace=wrap;html=1;align=center;" value="associated" vertex="1">
          <mxGeometry height="60" width="120" x="900" y="360" as="geometry" />
        </mxCell>
        <mxCell id="-5EN979a6P4eX3SqTBvW-98" parent="1" style="shape=rhombus;perimeter=rhombusPerimeter;whiteSpace=wrap;html=1;align=center;" value="Books" vertex="1">
          <mxGeometry height="60" width="120" x="1050" y="250" as="geometry" />
        </mxCell>
-         <mxCell id="-5EN979a6P4eX3SqTBvW-100" edge="1" parent="1" source="-5EN979a6P4eX3SqTBvW-98" style="edgeStyle=none;rounded=0;orthogonalLoop=1;jettySize=auto;html=1;exitX=1;exitY=1;exitDx=0;exitDy=0;endArrow=none;endFill=0;shape=link;" target="-5EN979a6P4eX3SqTBvW-111">
+         <mxCell id="-5EN979a6P4eX3SqTBvW-100" edge="1" parent="1" source="-5EN979a6P4eX3SqTBvW-98" style="edgeStyle=none;rounded=0;orthogonalLoop=1;jettySize=auto;html=1;exitX=1;exitY=1;exitDx=0;exitDy=0;endArrow=none;endFill=0;" target="-5EN979a6P4eX3SqTBvW-111">
          <mxGeometry relative="1" as="geometry">
            <mxPoint x="1188.0000000000005" y="367.8000000000002" as="targetPoint" />
          </mxGeometry>
        </mxCell>
        <mxCell id="-5EN979a6P4eX3SqTBvW-108" connectable="0" parent="-5EN979a6P4eX3SqTBvW-100" style="edgeLabel;html=1;align=center;verticalAlign=middle;resizable=0;points=[];" value="1" vertex="1">
          <mxGeometry relative="1" x="-0.0114" as="geometry">
            <mxPoint as="offset" />
          </mxGeometry>
        </mxCell>
        <mxCell id="-5EN979a6P4eX3SqTBvW-111" parent="1" style="shape=ext;margin=3;double=1;whiteSpace=wrap;html=1;align=center;" value="Booking" vertex="1">
          <mxGeometry height="40" width="100" x="1180" y="370" as="geometry" />
        </mxCell>
-         <mxCell id="-5EN979a6P4eX3SqTBvW-112" parent="1" style="ellipse;whiteSpace=wrap;html=1;align=center;" value="Attribute" vertex="1">
+         <mxCell id="-5EN979a6P4eX3SqTBvW-112" parent="1" style="ellipse;whiteSpace=wrap;html=1;align=center;" value="seat_number" vertex="1">
          <mxGeometry height="40" width="100" x="1330" y="370" as="geometry" />
        </mxCell>
      </root>
    </mxGraphModel>
  </diagram>
</mxfile>
